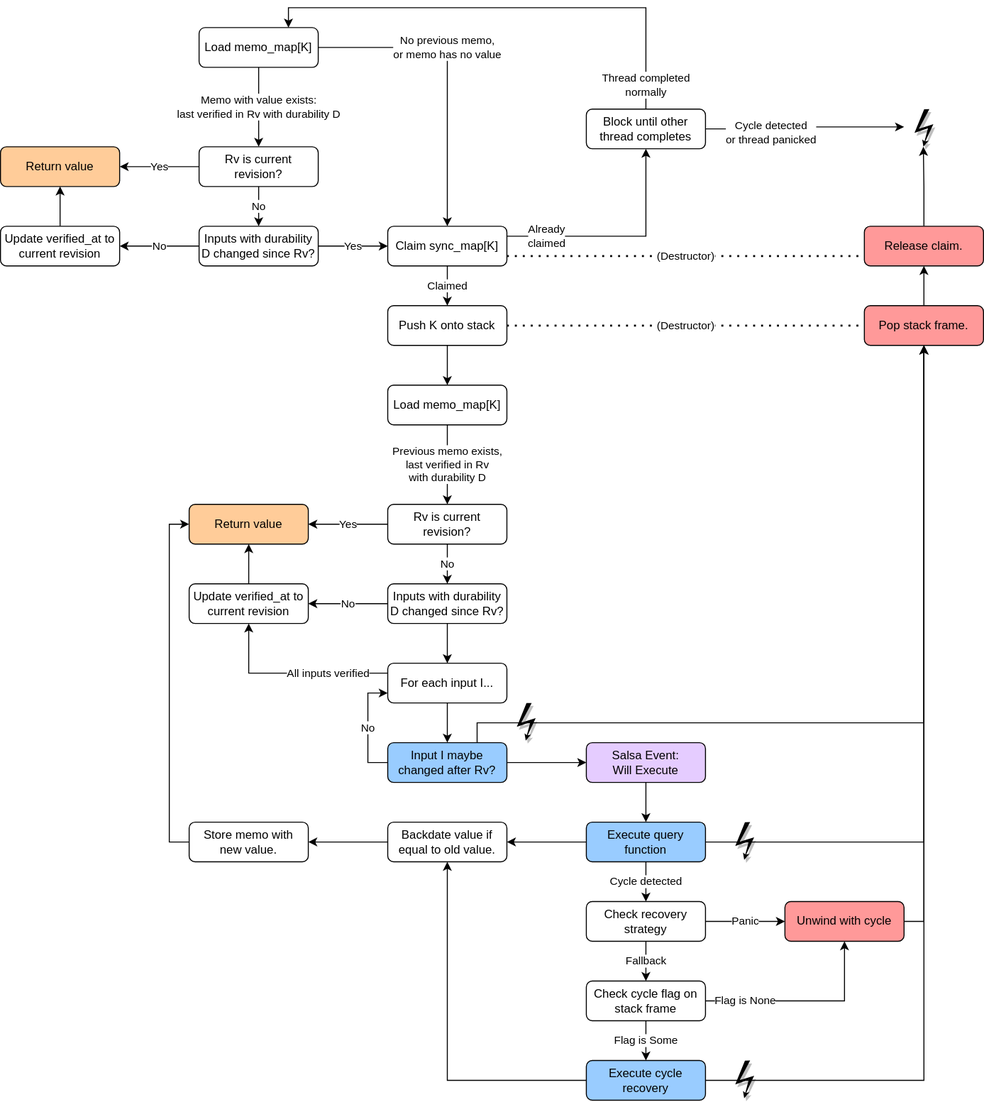
This is book/src/derived-query-read.drawio.svg from salsa-rs/salsa, a draw.io export, as it was before one commit. Source tidied: cells renumbered, new cells last; positions are measured from the earlier drawing's top-left corner, leaving out a move shared by most shapes.
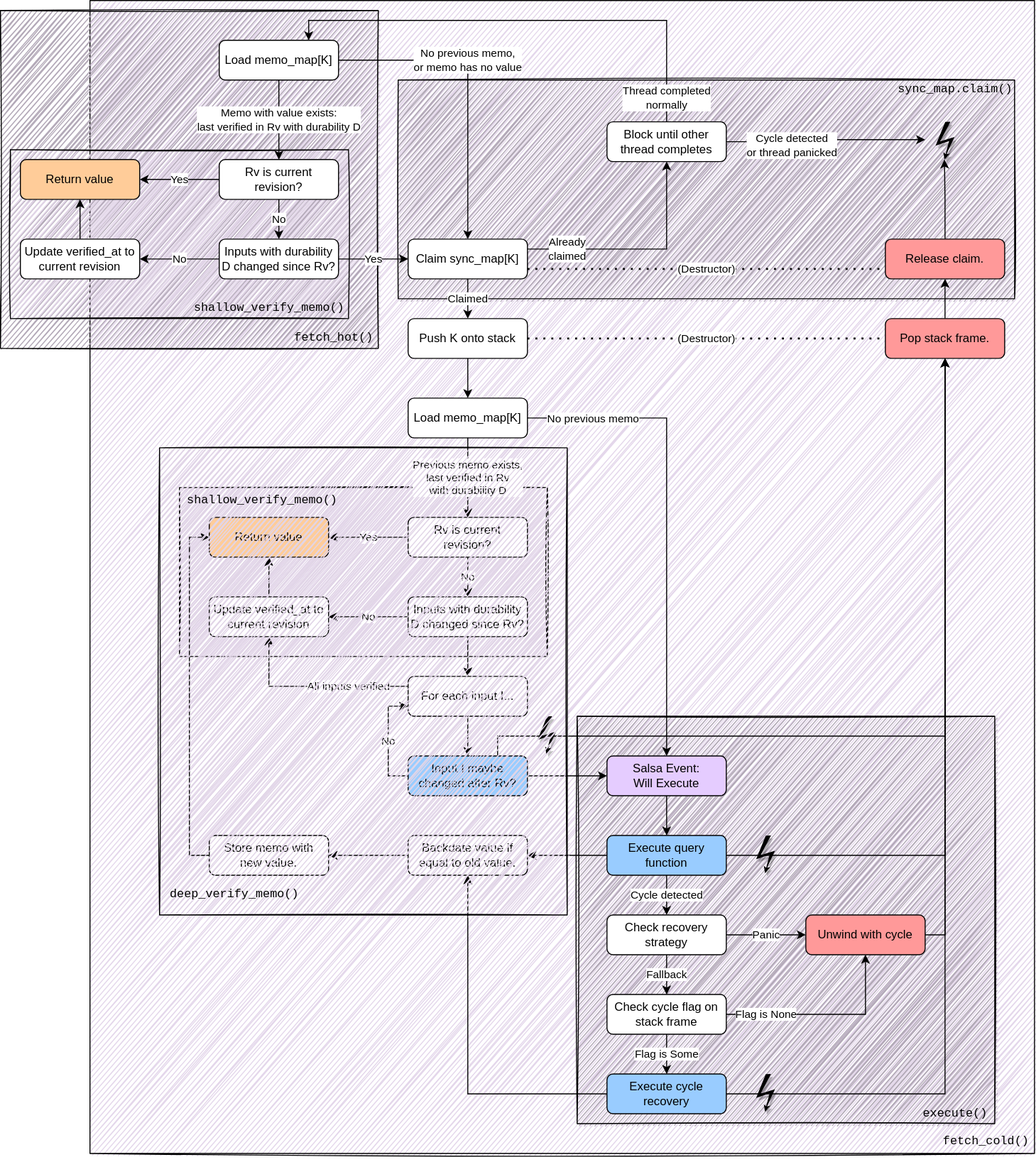
After the commit.

Commit message:
Update derived-query-read.drawio.svg to indicate fn boundaries

Diff of the diagram source:
```diff
@@ -2,6 +2,24 @@
   <root>
     <mxCell id="0" />
     <mxCell id="1" parent="0" />
+    <mxCell id="71" style="rounded=0;whiteSpace=wrap;html=1;fillColor=#E1D5E7;sketch=1;" parent="1" vertex="1">
+      <mxGeometry x="160" y="450" width="370" height="170" as="geometry" />
+    </mxCell>
+    <mxCell id="72" style="rounded=0;whiteSpace=wrap;html=1;fillColor=#E4D7EB;sketch=1;" parent="1" vertex="1">
+      <mxGeometry x="70" y="-40" width="950" height="1160" as="geometry" />
+    </mxCell>
+    <mxCell id="73" style="rounded=0;whiteSpace=wrap;html=1;fillColor=#B3A9B8;sketch=1;" parent="1" vertex="1">
+      <mxGeometry x="560" y="680" width="420" height="410" as="geometry" />
+    </mxCell>
+    <mxCell id="74" style="rounded=0;whiteSpace=wrap;html=1;fillColor=#B3A9B8;glass=0;sketch=1;" parent="1" vertex="1">
+      <mxGeometry x="380" y="40" width="620" height="220" as="geometry" />
+    </mxCell>
+    <mxCell id="75" style="rounded=0;whiteSpace=wrap;html=1;fillColor=#B3A9B8;sketch=1;" parent="1" vertex="1">
+      <mxGeometry x="-20" y="-30" width="380" height="340" as="geometry" />
+    </mxCell>
+    <mxCell id="76" style="rounded=0;whiteSpace=wrap;html=1;fillColor=#E1D5E7;sketch=1;" parent="1" vertex="1">
+      <mxGeometry x="-10" y="110" width="340" height="170" as="geometry" />
+    </mxCell>
     <mxCell id="2" value="&lt;div&gt;Memo with value exists:&lt;/div&gt;&lt;div&gt;last verified in Rv with durability D&lt;br&gt;&lt;/div&gt;" style="edgeStyle=orthogonalEdgeStyle;rounded=0;jettySize=auto;html=1;" parent="1" edge="1" source="4" target="7">
       <mxGeometry relative="1" as="geometry" />
     </mxCell>
@@ -57,6 +75,14 @@
     <mxCell id="17" value="Block until other thread completes" style="rounded=1;whiteSpace=wrap;html=1;fontSize=12;glass=0;strokeWidth=1;shadow=0;fillColor=default;strokeColor=default;fontColor=default;" parent="1" vertex="1">
       <mxGeometry x="590" y="82" width="120" height="40" as="geometry" />
     </mxCell>
+    <mxCell id="77" style="edgeStyle=orthogonalEdgeStyle;rounded=0;jettySize=auto;html=1;entryX=0.5;entryY=0;entryDx=0;entryDy=0;" parent="1" edge="1" source="18" target="41">
+      <mxGeometry relative="1" as="geometry" />
+    </mxCell>
+    <mxCell id="78" value="No previous memo" style="edgeLabel;html=1;align=center;verticalAlign=middle;" parent="77" vertex="1">
+      <mxGeometry x="-0.6" relative="1" as="geometry">
+        <mxPoint x="-30" as="offset" />
+      </mxGeometry>
+    </mxCell>
     <mxCell id="18" value="&lt;div&gt;Load memo_map[K]&lt;br&gt;&lt;/div&gt;" style="rounded=1;whiteSpace=wrap;html=1;fontSize=12;glass=0;strokeWidth=1;shadow=0;fillColor=default;strokeColor=default;fontColor=default;" parent="1" vertex="1">
       <mxGeometry x="390" y="360" width="120" height="40" as="geometry" />
     </mxCell>
@@ -230,5 +256,29 @@
     <mxCell id="70" value="(Destructor)" style="endArrow=none;dashed=1;html=1;dashPattern=1 3;strokeWidth=2;rounded=0;exitX=1;exitY=0.5;exitDx=0;exitDy=0;" parent="1" edge="1" source="36" target="64">
       <mxGeometry relative="1" as="geometry" />
     </mxCell>
+    <mxCell id="79" value="&lt;pre&gt;shallow_verify_memo()&lt;/pre&gt;" style="text;html=1;align=center;verticalAlign=middle;strokeColor=none;fillColor=none;" parent="1" vertex="1">
+      <mxGeometry x="165" y="250" width="170" height="40" as="geometry" />
+    </mxCell>
+    <mxCell id="80" value="&lt;pre&gt;fetch_hot()&lt;/pre&gt;" style="text;html=1;align=center;verticalAlign=middle;strokeColor=none;fillColor=none;" parent="1" vertex="1">
+      <mxGeometry x="270" y="280" width="90" height="40" as="geometry" />
+    </mxCell>
+    <mxCell id="81" value="&lt;pre&gt;fetch_cold()&lt;/pre&gt;" style="text;html=1;align=center;verticalAlign=middle;strokeColor=none;fillColor=none;" parent="1" vertex="1">
+      <mxGeometry x="920.5" y="1088" width="100" height="40" as="geometry" />
+    </mxCell>
+    <mxCell id="82" value="&lt;pre&gt;sync_map.claim()&lt;/pre&gt;" style="text;html=1;align=center;verticalAlign=middle;strokeColor=none;fillColor=none;" parent="1" vertex="1">
+      <mxGeometry x="875" y="30" width="130" height="40" as="geometry" />
+    </mxCell>
+    <mxCell id="83" value="&lt;pre&gt;execute()&lt;/pre&gt;" style="text;html=1;align=center;verticalAlign=middle;strokeColor=none;fillColor=none;" parent="1" vertex="1">
+      <mxGeometry x="900" y="1060" width="80" height="40" as="geometry" />
+    </mxCell>
+    <mxCell id="84" style="rounded=0;whiteSpace=wrap;html=1;fillColor=#E1D5E7;sketch=1;" parent="1" vertex="1">
+      <mxGeometry x="140" y="410" width="410" height="470" as="geometry" />
+    </mxCell>
+    <mxCell id="85" value="&lt;pre&gt;deep_verify_memo()&lt;/pre&gt;" style="text;html=1;align=center;verticalAlign=middle;strokeColor=none;fillColor=none;" parent="1" vertex="1">
+      <mxGeometry x="140" y="840" width="150" height="40" as="geometry" />
+    </mxCell>
+    <mxCell id="86" value="&lt;pre&gt;shallow_verify_memo()&lt;/pre&gt;" style="text;html=1;align=center;verticalAlign=middle;strokeColor=none;fillColor=none;" parent="1" vertex="1">
+      <mxGeometry x="158" y="443" width="170" height="40" as="geometry" />
+    </mxCell>
   </root>
 </mxGraphModel>
```
